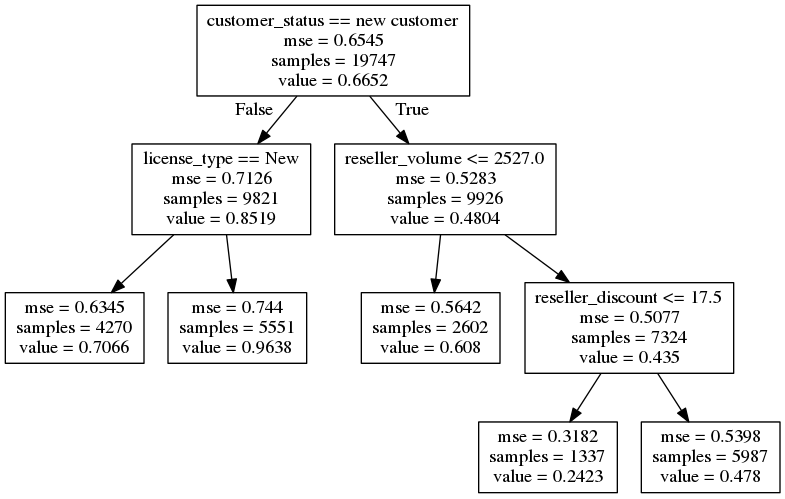
Before: tree.png, a diagram exported from Graphviz (Semionn/JB-wholesale-distribution-analysis). Its source is kept beside it as tree.dot.
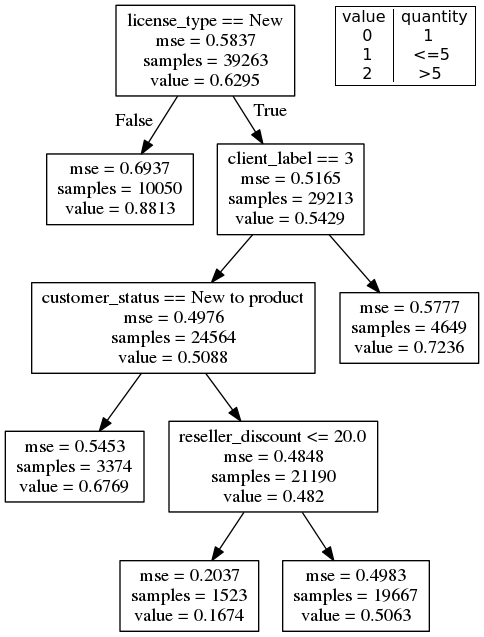
The same file after the commit.

Diff of the diagram source:
```diff
@@ -1,20 +1,20 @@
 digraph Tree {
 node [shape=box] ;
-0 [label="customer_status == new customer\nmse = 0.6545\nsamples = 19747\nvalue = 0.6652"] ;
-1 [label="license_type == New\nmse = 0.7126\nsamples = 9821\nvalue = 0.8519"] ;
+0 [label="license_type == New\nmse = 0.5837\nsamples = 39263\nvalue = 0.6295"] ;
+1 [label="mse = 0.6937\nsamples = 10050\nvalue = 0.8813"] ;
 0 -> 1 [labeldistance=2.5, labelangle=45, headlabel="False"] ;
-4 [label="mse = 0.6345\nsamples = 4270\nvalue = 0.7066"] ;
-1 -> 4 ;
-3 [label="mse = 0.744\nsamples = 5551\nvalue = 0.9638"] ;
-1 -> 3 ;
-2 [label="reseller_volume <= 2527.0\nmse = 0.5283\nsamples = 9926\nvalue = 0.4804"] ;
+2 [label="client_label == 3\nmse = 0.5165\nsamples = 29213\nvalue = 0.5429"] ;
 0 -> 2 [labeldistance=2.5, labelangle=-45, headlabel="True"] ;
-6 [label="mse = 0.5642\nsamples = 2602\nvalue = 0.608"] ;
-2 -> 6 ;
-8 [label="mse = 0.3182\nsamples = 1337\nvalue = 0.2423"] ;
+4 [label="customer_status == New to product\nmse = 0.4976\nsamples = 24564\nvalue = 0.5088"] ;
+2 -> 4 ;
+3 [label="mse = 0.5777\nsamples = 4649\nvalue = 0.7236"] ;
+2 -> 3 ;
+6 [label="mse = 0.5453\nsamples = 3374\nvalue = 0.6769"] ;
+4 -> 6 ;
+5 [label="reseller_discount <= 20.0\nmse = 0.4848\nsamples = 21190\nvalue = 0.482"] ;
+4 -> 5 ;
+8 [label="mse = 0.2037\nsamples = 1523\nvalue = 0.1674"] ;
 5 -> 8 ;
-7 [label="mse = 0.5398\nsamples = 5987\nvalue = 0.478"] ;
+7 [label="mse = 0.4983\nsamples = 19667\nvalue = 0.5063"] ;
 5 -> 7 ;
-5 [label="reseller_discount <= 17.5\nmse = 0.5077\nsamples = 7324\nvalue = 0.435"] ;
-2 -> 5 ;
 }
```
